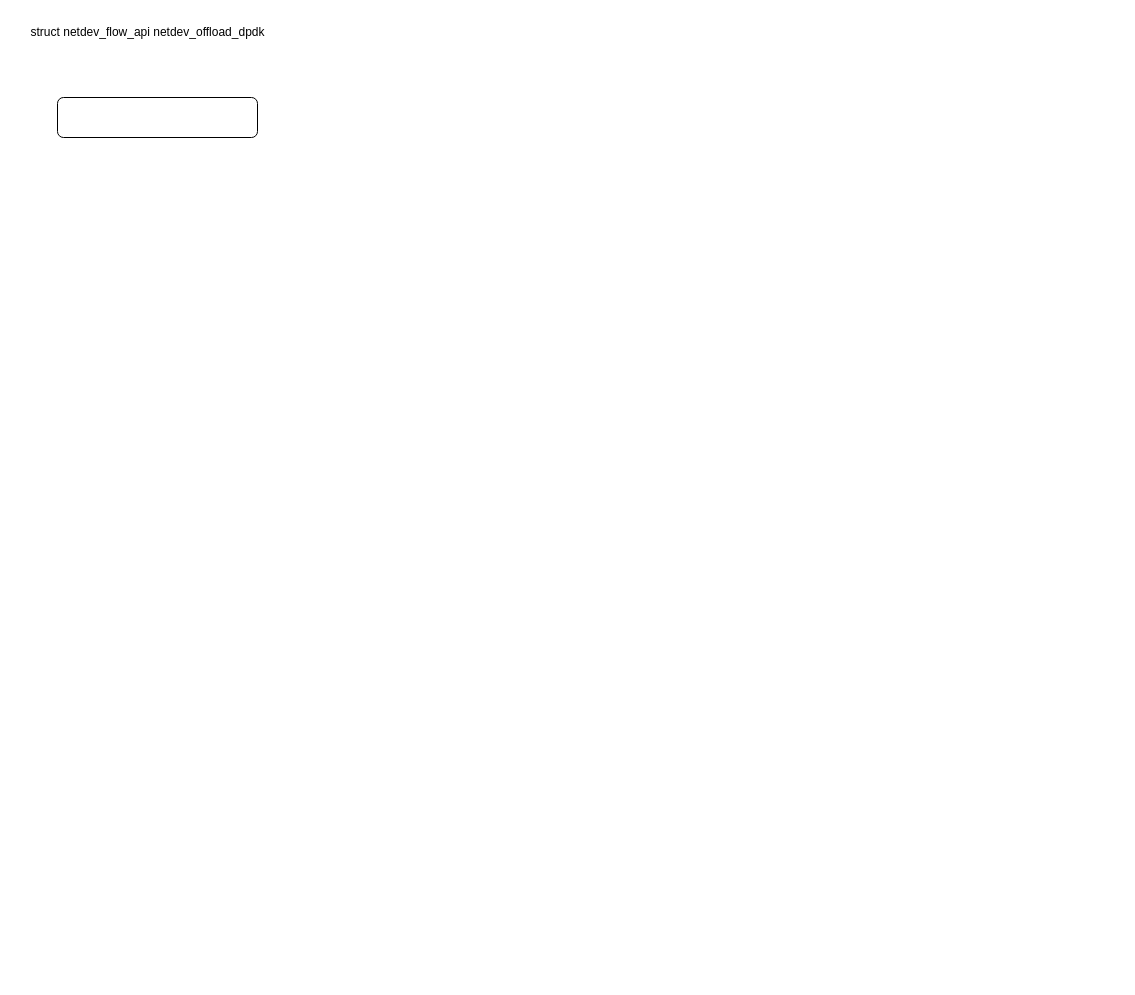
This is page "流表卸载" (3 of 3) of ovs.drawio from Aspiresky/draw.io, a draw.io file, before an edit. Source tidied: cells renumbered, new cells numbered last; positions are measured from the earlier drawing's top-left corner, leaving out a move shared by most shapes. Both pictures are drawn from the tidied source at 100%, with x=0, y=0 at pixel (17, 17).
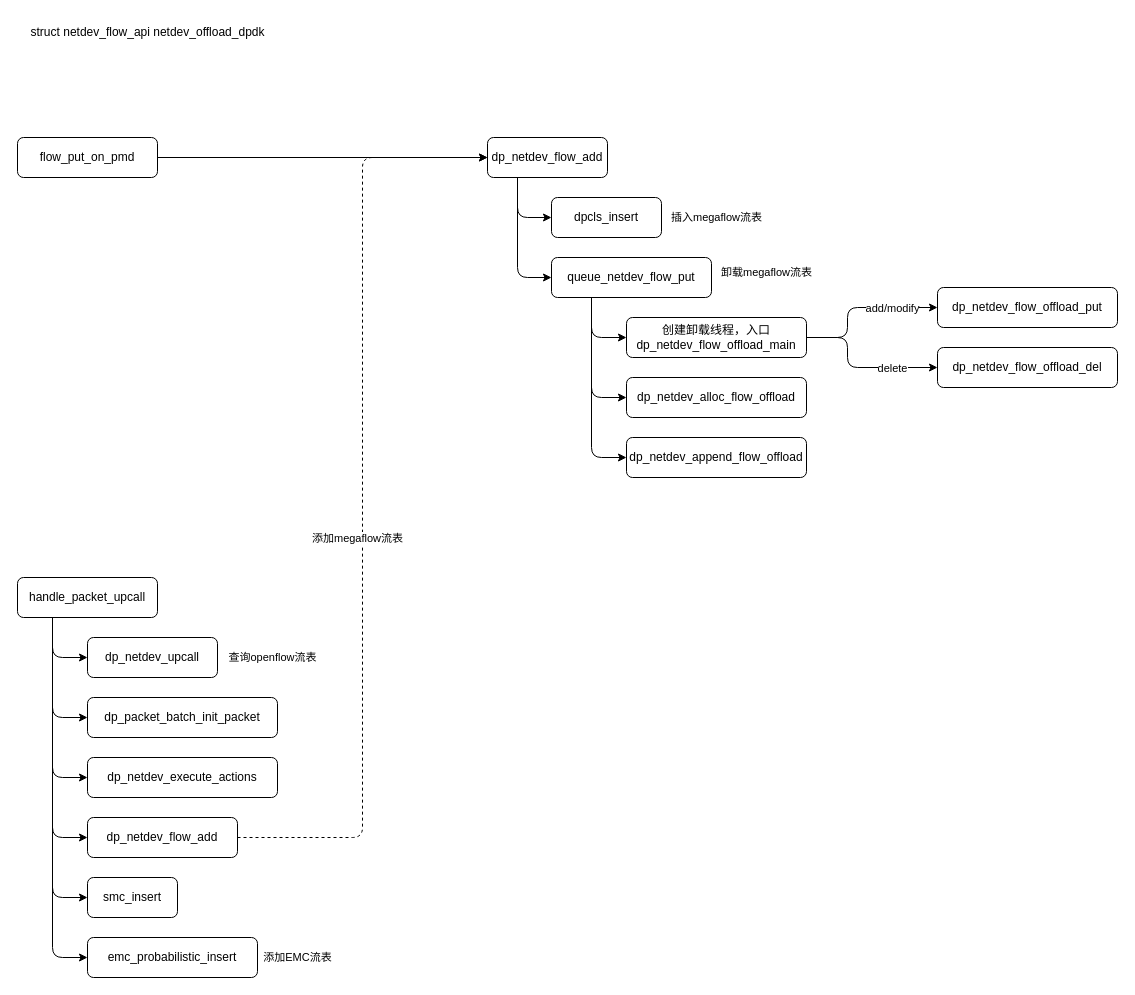
After the change.

The edit, as a diff of the source:
```diff
@@
+    <mxCell id="4" style="edgeStyle=orthogonalEdgeStyle;rounded=1;jettySize=auto;html=1;exitX=1;exitY=0.5;exitDx=0;exitDy=0;entryX=0;entryY=0.5;entryDx=0;entryDy=0;curved=0;" parent="1" edge="1" source="3" target="16">
+      <mxGeometry relative="1" as="geometry" />
+    </mxCell>
-    <mxCell id="3" style="rounded=1;whiteSpace=wrap;html=1;" parent="1" vertex="1">
-      <mxGeometry x="40" y="80" width="200" height="40" as="geometry" />
+    <mxCell id="3" value="flow_put_on_pmd" style="rounded=1;whiteSpace=wrap;html=1;" parent="1" vertex="1">
+      <mxGeometry y="120" width="140" height="40" as="geometry" />
     </mxCell>
+    <mxCell id="5" style="edgeStyle=orthogonalEdgeStyle;shape=connector;curved=0;rounded=1;jettySize=auto;html=1;exitX=1;exitY=0.5;exitDx=0;exitDy=0;entryX=0;entryY=0.5;entryDx=0;entryDy=0;labelBackgroundColor=default;strokeColor=default;align=center;verticalAlign=middle;fontFamily=Helvetica;fontSize=11;fontColor=default;endArrow=classic;dashed=1;" parent="1" edge="1" source="28" target="16">
+      <mxGeometry relative="1" as="geometry" />
+    </mxCell>
+    <mxCell id="6" value="添加megaflow流表" style="edgeLabel;html=1;align=center;verticalAlign=middle;fontSize=11;fontFamily=Helvetica;fontColor=default;" parent="5" vertex="1">
+      <mxGeometry x="-0.93" y="-2" relative="1" as="geometry">
+        <mxPoint x="86" y="-302" as="offset" />
+      </mxGeometry>
+    </mxCell>
+    <mxCell id="7" style="edgeStyle=orthogonalEdgeStyle;shape=connector;curved=0;rounded=1;jettySize=auto;html=1;exitX=0.25;exitY=1;exitDx=0;exitDy=0;entryX=0;entryY=0.5;entryDx=0;entryDy=0;labelBackgroundColor=default;strokeColor=default;align=center;verticalAlign=middle;fontFamily=Helvetica;fontSize=11;fontColor=default;endArrow=classic;" parent="1" edge="1" source="13" target="25">
+      <mxGeometry relative="1" as="geometry" />
+    </mxCell>
+    <mxCell id="8" style="edgeStyle=orthogonalEdgeStyle;shape=connector;curved=0;rounded=1;jettySize=auto;html=1;exitX=0.25;exitY=1;exitDx=0;exitDy=0;entryX=0;entryY=0.5;entryDx=0;entryDy=0;labelBackgroundColor=default;strokeColor=default;align=center;verticalAlign=middle;fontFamily=Helvetica;fontSize=11;fontColor=default;endArrow=classic;" parent="1" edge="1" source="13" target="26">
+      <mxGeometry relative="1" as="geometry" />
+    </mxCell>
+    <mxCell id="9" style="edgeStyle=orthogonalEdgeStyle;shape=connector;curved=0;rounded=1;jettySize=auto;html=1;exitX=0.25;exitY=1;exitDx=0;exitDy=0;entryX=0;entryY=0.5;entryDx=0;entryDy=0;labelBackgroundColor=default;strokeColor=default;align=center;verticalAlign=middle;fontFamily=Helvetica;fontSize=11;fontColor=default;endArrow=classic;" parent="1" edge="1" source="13" target="27">
+      <mxGeometry relative="1" as="geometry" />
+    </mxCell>
+    <mxCell id="10" style="edgeStyle=orthogonalEdgeStyle;shape=connector;curved=0;rounded=1;jettySize=auto;html=1;exitX=0.25;exitY=1;exitDx=0;exitDy=0;entryX=0;entryY=0.5;entryDx=0;entryDy=0;labelBackgroundColor=default;strokeColor=default;align=center;verticalAlign=middle;fontFamily=Helvetica;fontSize=11;fontColor=default;endArrow=classic;" parent="1" edge="1" source="13" target="28">
+      <mxGeometry relative="1" as="geometry" />
+    </mxCell>
+    <mxCell id="11" style="edgeStyle=orthogonalEdgeStyle;shape=connector;curved=0;rounded=1;jettySize=auto;html=1;exitX=0.25;exitY=1;exitDx=0;exitDy=0;entryX=0;entryY=0.5;entryDx=0;entryDy=0;labelBackgroundColor=default;strokeColor=default;align=center;verticalAlign=middle;fontFamily=Helvetica;fontSize=11;fontColor=default;endArrow=classic;" parent="1" edge="1" source="13" target="29">
+      <mxGeometry relative="1" as="geometry" />
+    </mxCell>
+    <mxCell id="12" style="edgeStyle=orthogonalEdgeStyle;shape=connector;curved=0;rounded=1;jettySize=auto;html=1;exitX=0.25;exitY=1;exitDx=0;exitDy=0;entryX=0;entryY=0.5;entryDx=0;entryDy=0;labelBackgroundColor=default;strokeColor=default;align=center;verticalAlign=middle;fontFamily=Helvetica;fontSize=11;fontColor=default;endArrow=classic;" parent="1" edge="1" source="13" target="30">
+      <mxGeometry relative="1" as="geometry" />
+    </mxCell>
+    <mxCell id="13" value="handle_packet_upcall" style="rounded=1;whiteSpace=wrap;html=1;" parent="1" vertex="1">
+      <mxGeometry y="560" width="140" height="40" as="geometry" />
+    </mxCell>
+    <mxCell id="14" style="edgeStyle=orthogonalEdgeStyle;shape=connector;curved=0;rounded=1;jettySize=auto;html=1;exitX=0.25;exitY=1;exitDx=0;exitDy=0;entryX=0;entryY=0.5;entryDx=0;entryDy=0;labelBackgroundColor=default;strokeColor=default;align=center;verticalAlign=middle;fontFamily=Helvetica;fontSize=11;fontColor=default;endArrow=classic;" parent="1" edge="1" source="16" target="17">
+      <mxGeometry relative="1" as="geometry" />
+    </mxCell>
+    <mxCell id="15" style="edgeStyle=orthogonalEdgeStyle;shape=connector;curved=0;rounded=1;jettySize=auto;html=1;exitX=0.25;exitY=1;exitDx=0;exitDy=0;entryX=0;entryY=0.5;entryDx=0;entryDy=0;labelBackgroundColor=default;strokeColor=default;align=center;verticalAlign=middle;fontFamily=Helvetica;fontSize=11;fontColor=default;endArrow=classic;" parent="1" edge="1" source="16" target="22">
+      <mxGeometry relative="1" as="geometry" />
+    </mxCell>
+    <mxCell id="16" value="dp_netdev_flow_add" style="rounded=1;whiteSpace=wrap;html=1;" parent="1" vertex="1">
+      <mxGeometry x="470" y="120" width="120" height="40" as="geometry" />
+    </mxCell>
+    <mxCell id="17" value="dpcls_insert" style="rounded=1;whiteSpace=wrap;html=1;" parent="1" vertex="1">
+      <mxGeometry x="534" y="180" width="110" height="40" as="geometry" />
+    </mxCell>
+    <mxCell id="18" value="插入megaflow流表" style="text;html=1;align=center;verticalAlign=middle;strokeColor=none;fillColor=none;fontSize=11;fontFamily=Helvetica;fontColor=default;" parent="1" vertex="1">
+      <mxGeometry x="644" y="185" width="110" height="30" as="geometry" />
+    </mxCell>
+    <mxCell id="19" style="edgeStyle=orthogonalEdgeStyle;shape=connector;curved=0;rounded=1;jettySize=auto;html=1;exitX=0.25;exitY=1;exitDx=0;exitDy=0;entryX=0;entryY=0.5;entryDx=0;entryDy=0;labelBackgroundColor=default;strokeColor=default;align=center;verticalAlign=middle;fontFamily=Helvetica;fontSize=11;fontColor=default;endArrow=classic;" parent="1" edge="1" source="22" target="23">
+      <mxGeometry relative="1" as="geometry" />
+    </mxCell>
+    <mxCell id="20" style="edgeStyle=orthogonalEdgeStyle;shape=connector;curved=0;rounded=1;jettySize=auto;html=1;exitX=0.25;exitY=1;exitDx=0;exitDy=0;entryX=0;entryY=0.5;entryDx=0;entryDy=0;labelBackgroundColor=default;strokeColor=default;align=center;verticalAlign=middle;fontFamily=Helvetica;fontSize=11;fontColor=default;endArrow=classic;" parent="1" edge="1" source="22" target="24">
+      <mxGeometry relative="1" as="geometry" />
+    </mxCell>
+    <mxCell id="21" style="edgeStyle=orthogonalEdgeStyle;shape=connector;curved=0;rounded=1;jettySize=auto;html=1;exitX=0.25;exitY=1;exitDx=0;exitDy=0;entryX=0;entryY=0.5;entryDx=0;entryDy=0;labelBackgroundColor=default;strokeColor=default;align=center;verticalAlign=middle;fontFamily=Helvetica;fontSize=11;fontColor=default;endArrow=classic;" parent="1" edge="1" source="22" target="38">
+      <mxGeometry relative="1" as="geometry" />
+    </mxCell>
+    <mxCell id="22" value="queue_netdev_flow_put" style="rounded=1;whiteSpace=wrap;html=1;" parent="1" vertex="1">
+      <mxGeometry x="534" y="240" width="160" height="40" as="geometry" />
+    </mxCell>
+    <mxCell id="23" value="dp_netdev_alloc_flow_offload" style="rounded=1;whiteSpace=wrap;html=1;" parent="1" vertex="1">
+      <mxGeometry x="609" y="360" width="180" height="40" as="geometry" />
+    </mxCell>
+    <mxCell id="24" value="dp_netdev_append_flow_offload" style="rounded=1;whiteSpace=wrap;html=1;" parent="1" vertex="1">
+      <mxGeometry x="609" y="420" width="180" height="40" as="geometry" />
+    </mxCell>
+    <mxCell id="25" value="dp_netdev_upcall" style="rounded=1;whiteSpace=wrap;html=1;" parent="1" vertex="1">
+      <mxGeometry x="70" y="620" width="130" height="40" as="geometry" />
+    </mxCell>
+    <mxCell id="26" value="dp_packet_batch_init_packet" style="rounded=1;whiteSpace=wrap;html=1;" parent="1" vertex="1">
+      <mxGeometry x="70" y="680" width="190" height="40" as="geometry" />
+    </mxCell>
+    <mxCell id="27" value="dp_netdev_execute_actions" style="rounded=1;whiteSpace=wrap;html=1;" parent="1" vertex="1">
+      <mxGeometry x="70" y="740" width="190" height="40" as="geometry" />
+    </mxCell>
+    <mxCell id="28" value="dp_netdev_flow_add" style="rounded=1;whiteSpace=wrap;html=1;" parent="1" vertex="1">
+      <mxGeometry x="70" y="800" width="150" height="40" as="geometry" />
+    </mxCell>
+    <mxCell id="29" value="smc_insert" style="rounded=1;whiteSpace=wrap;html=1;" parent="1" vertex="1">
+      <mxGeometry x="70" y="860" width="90" height="40" as="geometry" />
+    </mxCell>
+    <mxCell id="30" value="emc_probabilistic_insert" style="rounded=1;whiteSpace=wrap;html=1;" parent="1" vertex="1">
+      <mxGeometry x="70" y="920" width="170" height="40" as="geometry" />
+    </mxCell>
+    <mxCell id="31" value="添加EMC流表" style="text;html=1;align=center;verticalAlign=middle;strokeColor=none;fillColor=none;fontSize=11;fontFamily=Helvetica;fontColor=default;" parent="1" vertex="1">
+      <mxGeometry x="235" y="925" width="90" height="30" as="geometry" />
+    </mxCell>
+    <mxCell id="32" value="查询openflow流表" style="text;html=1;align=center;verticalAlign=middle;strokeColor=none;fillColor=none;fontSize=11;fontFamily=Helvetica;fontColor=default;" parent="1" vertex="1">
+      <mxGeometry x="200" y="625" width="110" height="30" as="geometry" />
+    </mxCell>
+    <mxCell id="33" value="卸载megaflow流表" style="text;html=1;align=center;verticalAlign=middle;strokeColor=none;fillColor=none;fontSize=11;fontFamily=Helvetica;fontColor=default;" parent="1" vertex="1">
+      <mxGeometry x="694" y="240" width="110" height="30" as="geometry" />
+    </mxCell>
+    <mxCell id="34" style="edgeStyle=orthogonalEdgeStyle;shape=connector;curved=0;rounded=1;jettySize=auto;html=1;exitX=1;exitY=0.5;exitDx=0;exitDy=0;entryX=0;entryY=0.5;entryDx=0;entryDy=0;labelBackgroundColor=default;strokeColor=default;align=center;verticalAlign=middle;fontFamily=Helvetica;fontSize=11;fontColor=default;endArrow=classic;" parent="1" edge="1" source="38" target="39">
+      <mxGeometry relative="1" as="geometry">
+        <Array as="points">
+          <mxPoint x="830" y="320" />
+          <mxPoint x="830" y="290" />
+        </Array>
+      </mxGeometry>
+    </mxCell>
+    <mxCell id="35" value="add/modify" style="edgeLabel;html=1;align=center;verticalAlign=middle;fontSize=11;fontFamily=Helvetica;fontColor=default;" parent="34" vertex="1">
+      <mxGeometry x="0.24" y="-4" relative="1" as="geometry">
+        <mxPoint x="15" y="-4" as="offset" />
+      </mxGeometry>
+    </mxCell>
+    <mxCell id="36" style="edgeStyle=orthogonalEdgeStyle;shape=connector;curved=0;rounded=1;jettySize=auto;html=1;exitX=1;exitY=0.5;exitDx=0;exitDy=0;entryX=0;entryY=0.5;entryDx=0;entryDy=0;labelBackgroundColor=default;strokeColor=default;align=center;verticalAlign=middle;fontFamily=Helvetica;fontSize=11;fontColor=default;endArrow=classic;" parent="1" edge="1" source="38" target="40">
+      <mxGeometry relative="1" as="geometry">
+        <Array as="points">
+          <mxPoint x="830" y="320" />
+          <mxPoint x="830" y="350" />
+        </Array>
+      </mxGeometry>
+    </mxCell>
+    <mxCell id="37" value="delete" style="edgeLabel;html=1;align=center;verticalAlign=middle;fontSize=11;fontFamily=Helvetica;fontColor=default;" parent="36" vertex="1">
+      <mxGeometry x="0.43" y="-4" relative="1" as="geometry">
+        <mxPoint y="-4" as="offset" />
+      </mxGeometry>
+    </mxCell>
+    <mxCell id="38" value="创建卸载线程，入口dp_netdev_flow_offload_main" style="rounded=1;whiteSpace=wrap;html=1;" parent="1" vertex="1">
+      <mxGeometry x="609" y="300" width="180" height="40" as="geometry" />
+    </mxCell>
+    <mxCell id="39" value="dp_netdev_flow_offload_put" style="rounded=1;whiteSpace=wrap;html=1;" parent="1" vertex="1">
+      <mxGeometry x="920" y="270" width="180" height="40" as="geometry" />
+    </mxCell>
+    <mxCell id="40" value="dp_netdev_flow_offload_del" style="rounded=1;whiteSpace=wrap;html=1;" parent="1" vertex="1">
+      <mxGeometry x="920" y="330" width="180" height="40" as="geometry" />
+    </mxCell>
```
